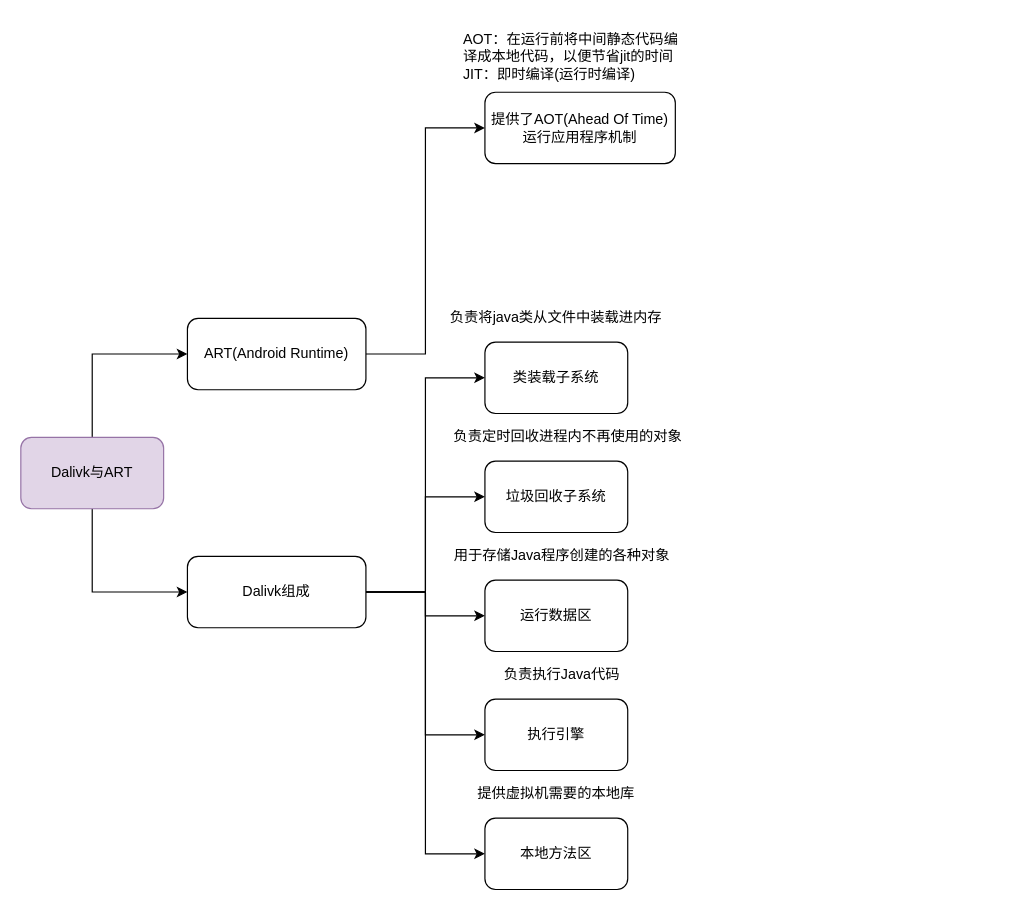
Above: 胡思乱想.drawio in MUtopia2747/chart (draw.io), before the change. Source tidied: cells renumbered, new cells numbered last; positions are measured from the earlier drawing's top-left corner, leaving out a move shared by most shapes. Both pictures are drawn from the tidied source at 119%, with x=0, y=0 at pixel (20, 20).
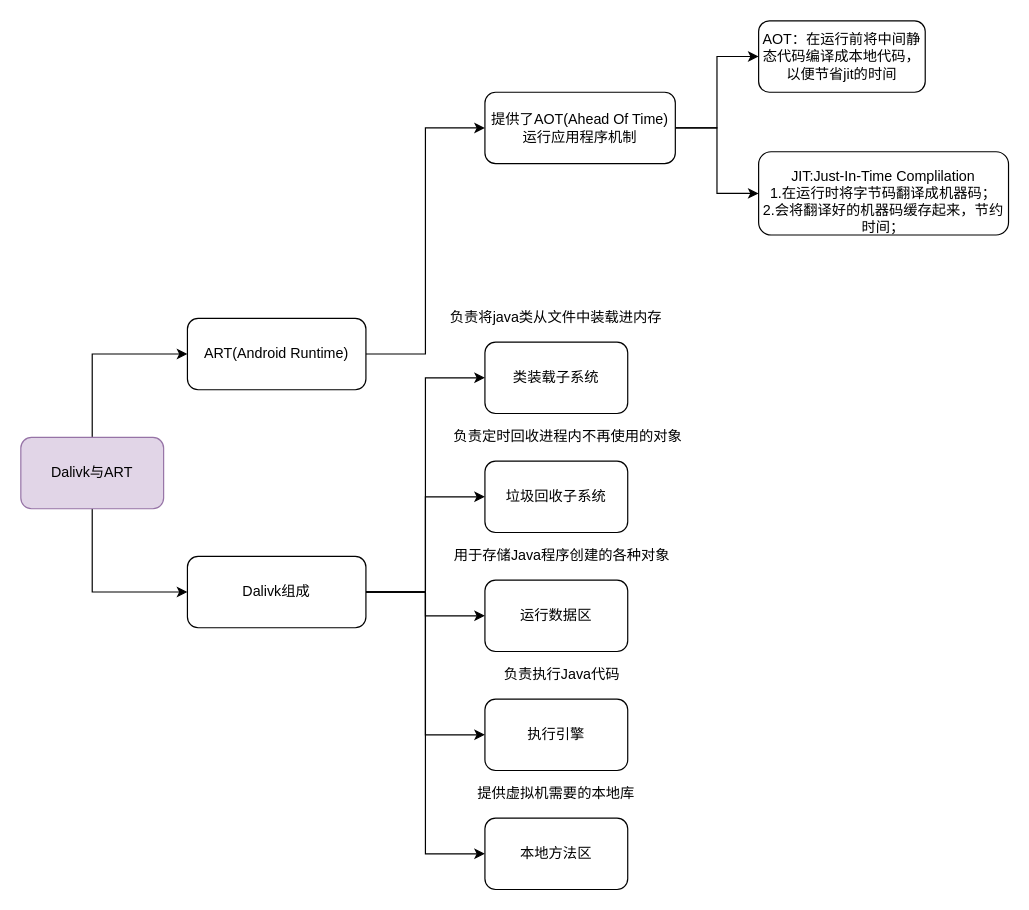
The same page after the edit.

Commit message (it also covers changes not shown here):
更新胡思乱想.drawio

Unchanged cells that the change refers to:
```xml
<mxCell id="7" value="提供了AOT(Ahead Of Time)&lt;br&gt;运行应用程序机制" style="rounded=1;whiteSpace=wrap;html=1;" parent="1" vertex="1">
  <mxGeometry x="390" y="60" width="160" height="60" as="geometry" />
</mxCell>
```

Diff of the diagram source:
```diff
@@
+    <mxCell id="25" style="edgeStyle=orthogonalEdgeStyle;rounded=0;jettySize=auto;html=1;entryX=0;entryY=0.5;entryDx=0;entryDy=0;" parent="1" edge="1" source="7" target="27">
+      <mxGeometry relative="1" as="geometry" />
+    </mxCell>
+    <mxCell id="26" style="edgeStyle=orthogonalEdgeStyle;rounded=0;jettySize=auto;html=1;" parent="1" edge="1" source="7" target="28">
+      <mxGeometry relative="1" as="geometry" />
+    </mxCell>
@@
-    <mxCell id="8" value="AOT：在运行前将中间静态代码编译成本地代码，以便节省jit的时间&lt;br&gt;JIT：即时编译(运行时编译)" style="text;html=1;strokeColor=none;fillColor=none;align=left;verticalAlign=middle;whiteSpace=wrap;rounded=0;" parent="1" vertex="1">
-      <mxGeometry x="370" width="190" height="60" as="geometry" />
-    </mxCell>
@@
+    <mxCell id="27" value="&lt;span style=&quot;text-align: left;&quot;&gt;AOT：在运行前将中间静态代码编译成本地代码，以便节省jit的时间&lt;/span&gt;" style="whiteSpace=wrap;html=1;rounded=1;" parent="1" vertex="1">
+      <mxGeometry x="620" width="140" height="60" as="geometry" />
+    </mxCell>
+    <mxCell id="28" value="&lt;br style=&quot;text-align: left;&quot;&gt;&lt;span style=&quot;text-align: left;&quot;&gt;JIT:Just-In-Time Complilation&lt;br&gt;1.在运行时将字节码翻译成机器码；&lt;br&gt;2.会将翻译好的机器码缓存起来，节约时间；&lt;br&gt;&lt;/span&gt;" style="whiteSpace=wrap;html=1;rounded=1;" parent="1" vertex="1">
+      <mxGeometry x="620" y="110" width="210" height="70" as="geometry" />
+    </mxCell>
```
